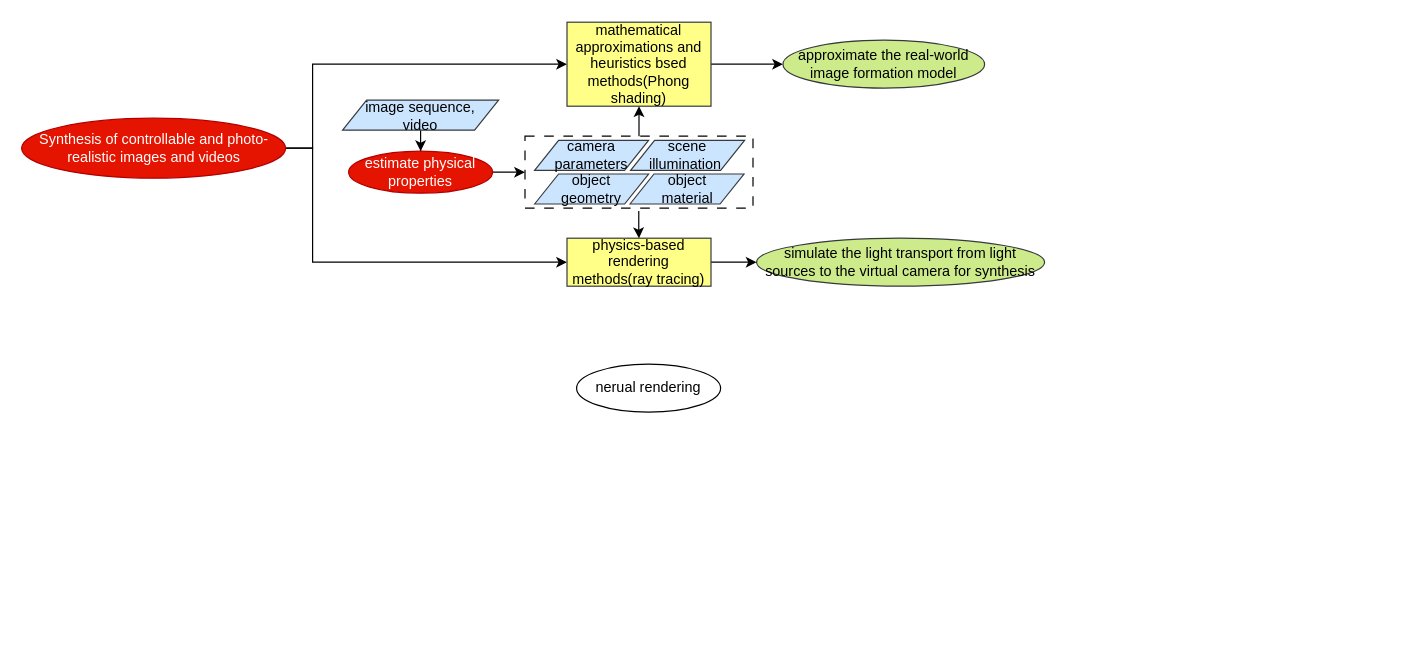
Above: nerual_rendering知识体系.drawio in QingrenJia/DrawIO (draw.io), before the change. Source tidied: cells renumbered, new cells numbered last; positions are measured from the earlier drawing's top-left corner, leaving out a move shared by most shapes. Both pictures are drawn from the tidied source at 120%, with x=0, y=0 at pixel (22, 22).
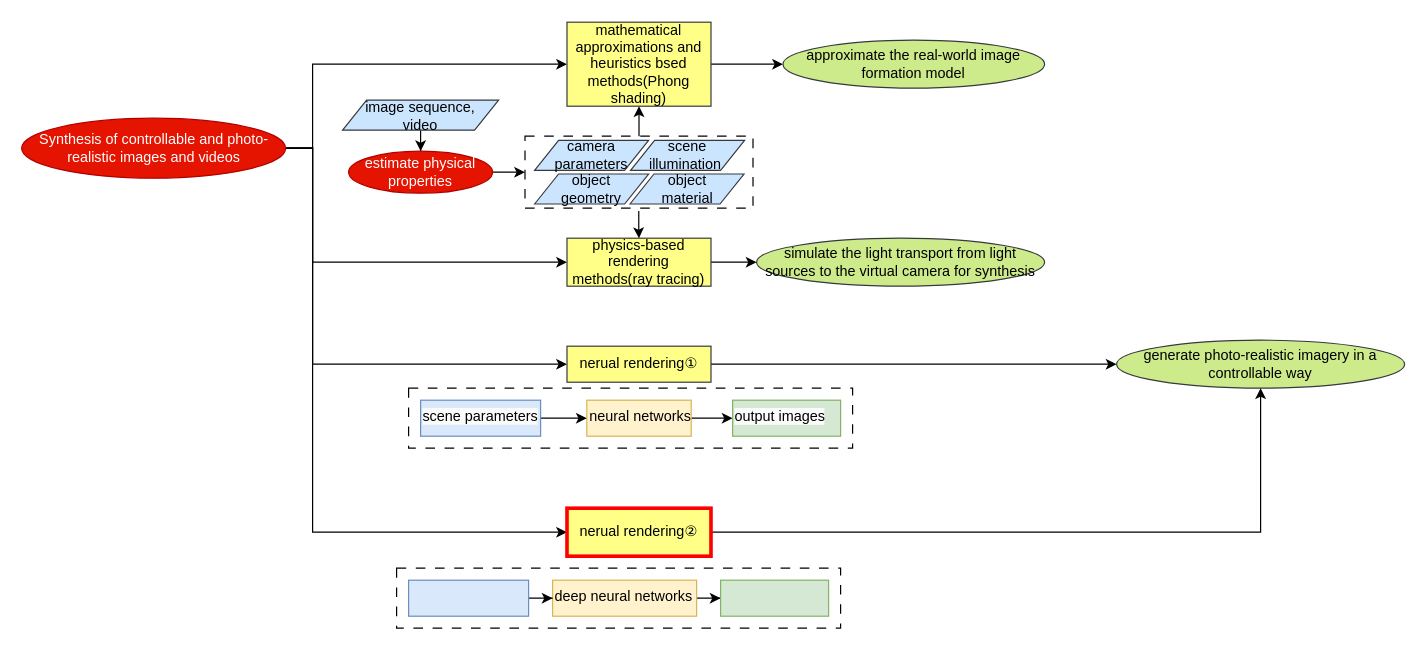
Above is the later version.

Commit message:
更新nerual_rendering知识体系.drawio

Unchanged cells that the change refers to:
```xml
<mxCell id="5" value="Synthesis of controllable and photo-realistic images and videos" style="ellipse;whiteSpace=wrap;html=1;fillColor=#e51400;fontColor=#ffffff;strokeColor=#B20000;" parent="1" vertex="1">
  <mxGeometry x="-0.5" y="80" width="220" height="50" as="geometry" />
</mxCell>
```

The edit, as a diff of the source:
```diff
@@
-    <mxCell id="2" value="nerual rendering" style="ellipse;whiteSpace=wrap;html=1;" parent="1" vertex="1">
-      <mxGeometry x="462" y="285" width="120" height="40" as="geometry" />
-    </mxCell>
+    <mxCell id="24" style="rounded=0;whiteSpace=wrap;html=1;dashed=1;dashPattern=8 8;" parent="1" vertex="1">
+      <mxGeometry x="322" y="305" width="370" height="50" as="geometry" />
+    </mxCell>
@@
+    <mxCell id="25" style="edgeStyle=orthogonalEdgeStyle;rounded=0;jettySize=auto;html=1;entryX=0;entryY=0.5;entryDx=0;entryDy=0;" parent="1" edge="1" target="28">
+      <mxGeometry relative="1" as="geometry">
+        <mxPoint x="222" y="105" as="sourcePoint" />
+        <Array as="points">
+          <mxPoint x="242" y="105" />
+          <mxPoint x="242" y="285" />
+        </Array>
+      </mxGeometry>
+    </mxCell>
+    <mxCell id="26" style="edgeStyle=orthogonalEdgeStyle;rounded=0;jettySize=auto;html=1;entryX=0;entryY=0.5;entryDx=0;entryDy=0;" parent="1" edge="1" source="5" target="31">
+      <mxGeometry relative="1" as="geometry">
+        <Array as="points">
+          <mxPoint x="242" y="105" />
+          <mxPoint x="242" y="425" />
+        </Array>
+      </mxGeometry>
+    </mxCell>
@@
     <mxCell id="12" value="approximate the real-world image formation model" style="ellipse;whiteSpace=wrap;html=1;fillColor=#cdeb8b;strokeColor=#36393d;" parent="1" vertex="1">
-      <mxGeometry x="634" y="15" width="168" height="40" as="geometry" />
+      <mxGeometry x="634" y="15" width="218" height="40" as="geometry" />
     </mxCell>
@@
+    <mxCell id="27" style="edgeStyle=orthogonalEdgeStyle;rounded=0;jettySize=auto;html=1;exitX=1;exitY=0.5;exitDx=0;exitDy=0;" parent="1" edge="1" source="28" target="29">
+      <mxGeometry relative="1" as="geometry" />
+    </mxCell>
+    <mxCell id="28" value="nerual rendering①" style="rounded=0;whiteSpace=wrap;html=1;fillColor=#ffff88;strokeColor=#36393d;" parent="1" vertex="1">
+      <mxGeometry x="454" y="270" width="120" height="30" as="geometry" />
+    </mxCell>
+    <mxCell id="29" value="generate photo-realistic imagery in a controllable way" style="ellipse;whiteSpace=wrap;html=1;fillColor=#cdeb8b;strokeColor=#36393d;" parent="1" vertex="1">
+      <mxGeometry x="912" y="265" width="240" height="40" as="geometry" />
+    </mxCell>
+    <mxCell id="30" style="edgeStyle=orthogonalEdgeStyle;rounded=0;jettySize=auto;html=1;" parent="1" edge="1" source="31" target="29">
+      <mxGeometry relative="1" as="geometry" />
+    </mxCell>
+    <mxCell id="31" value="nerual rendering②" style="rounded=0;whiteSpace=wrap;html=1;fillColor=#ffff88;strokeColor=#FF0000;strokeWidth=3;" parent="1" vertex="1">
+      <mxGeometry x="454" y="405" width="120" height="40" as="geometry" />
+    </mxCell>
+    <mxCell id="32" style="edgeStyle=orthogonalEdgeStyle;rounded=0;jettySize=auto;html=1;" parent="1" edge="1" source="33" target="36">
+      <mxGeometry relative="1" as="geometry" />
+    </mxCell>
+    <mxCell id="33" value="neural networks" style="text;whiteSpace=wrap;html=1;fillColor=#fff2cc;strokeColor=#d6b656;" parent="1" vertex="1">
+      <mxGeometry x="470.5" y="315" width="87" height="30" as="geometry" />
+    </mxCell>
+    <mxCell id="34" style="edgeStyle=orthogonalEdgeStyle;rounded=0;jettySize=auto;html=1;" parent="1" edge="1" source="35" target="33">
+      <mxGeometry relative="1" as="geometry" />
+    </mxCell>
+    <mxCell id="35" value="&lt;span style=&quot;color: rgb(0, 0, 0); font-family: Helvetica; font-size: 12px; font-style: normal; font-variant-ligatures: normal; font-variant-caps: normal; font-weight: 400; letter-spacing: normal; orphans: 2; text-align: left; text-indent: 0px; text-transform: none; widows: 2; word-spacing: 0px; -webkit-text-stroke-width: 0px; background-color: rgb(251, 251, 251); text-decoration-thickness: initial; text-decoration-style: initial; text-decoration-color: initial; float: none; display: inline !important;&quot;&gt;scene parameters&lt;/span&gt;" style="text;whiteSpace=wrap;html=1;fillColor=#dae8fc;strokeColor=#6c8ebf;" parent="1" vertex="1">
+      <mxGeometry x="332" y="315" width="100" height="30" as="geometry" />
+    </mxCell>
+    <mxCell id="36" value="&lt;span style=&quot;color: rgb(0, 0, 0); font-family: Helvetica; font-size: 12px; font-style: normal; font-variant-ligatures: normal; font-variant-caps: normal; font-weight: 400; letter-spacing: normal; orphans: 2; text-align: left; text-indent: 0px; text-transform: none; widows: 2; word-spacing: 0px; -webkit-text-stroke-width: 0px; background-color: rgb(251, 251, 251); text-decoration-thickness: initial; text-decoration-style: initial; text-decoration-color: initial; float: none; display: inline !important;&quot;&gt;output images&lt;/span&gt;" style="text;whiteSpace=wrap;html=1;fillColor=#d5e8d4;strokeColor=#82b366;" parent="1" vertex="1">
+      <mxGeometry x="592" y="315" width="90" height="30" as="geometry" />
+    </mxCell>
+    <mxCell id="37" style="rounded=0;whiteSpace=wrap;html=1;dashed=1;dashPattern=8 8;" parent="1" vertex="1">
+      <mxGeometry x="312" y="455" width="370" height="50" as="geometry" />
+    </mxCell>
+    <mxCell id="38" style="edgeStyle=orthogonalEdgeStyle;rounded=0;jettySize=auto;html=1;" parent="1" edge="1" source="39" target="42">
+      <mxGeometry relative="1" as="geometry" />
+    </mxCell>
+    <mxCell id="39" value="deep neural networks" style="text;whiteSpace=wrap;html=1;fillColor=#fff2cc;strokeColor=#d6b656;" parent="1" vertex="1">
+      <mxGeometry x="442" y="465" width="120" height="30" as="geometry" />
+    </mxCell>
+    <mxCell id="40" style="edgeStyle=orthogonalEdgeStyle;rounded=0;jettySize=auto;html=1;" parent="1" edge="1" source="41" target="39">
+      <mxGeometry relative="1" as="geometry" />
+    </mxCell>
+    <mxCell id="41" style="text;whiteSpace=wrap;html=1;fillColor=#dae8fc;strokeColor=#6c8ebf;" parent="1" vertex="1">
+      <mxGeometry x="322" y="465" width="100" height="30" as="geometry" />
+    </mxCell>
+    <mxCell id="42" style="text;whiteSpace=wrap;html=1;fillColor=#d5e8d4;strokeColor=#82b366;" parent="1" vertex="1">
+      <mxGeometry x="582" y="465" width="90" height="30" as="geometry" />
+    </mxCell>
```
